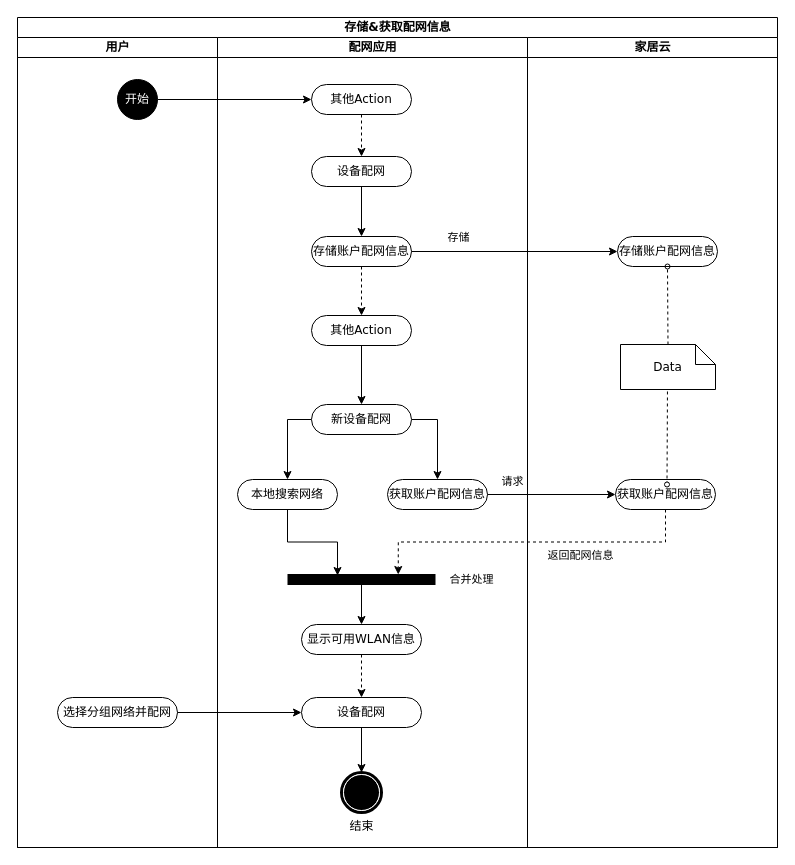
Earlier version of the draw.io diagram draw/智能家居配网场景设备发现与标签展示.drawio (befairyliu/draw.io). Source tidied: cells renumbered, new cells numbered last; positions are measured from the earlier drawing's top-left corner, leaving out a move shared by most shapes. Both pictures are drawn from the tidied source at 100%, with x=0, y=0 at pixel (17, 17).
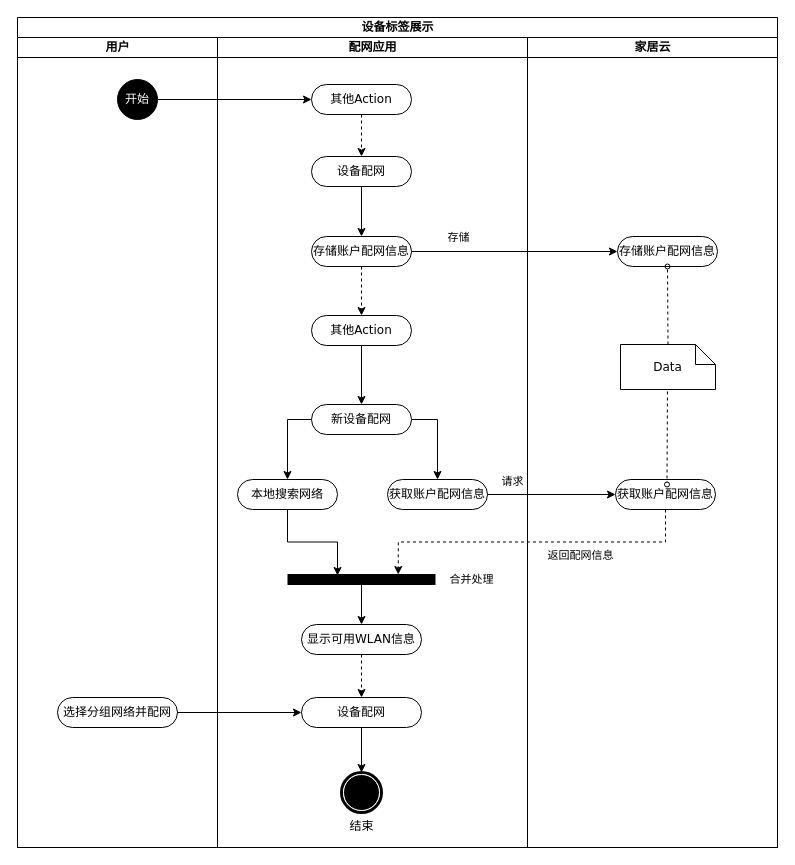
After the change.

Commit message (it also covers changes not shown here):
Update 智能家居配网场景设备发现与标签展示.drawio

Change to the diagram source:
```diff
@@
-    <mxCell id="2" value="存储&amp;amp;获取配网信息" style="swimlane;html=1;startSize=20;rounded=0;shadow=0;comic=0;labelBackgroundColor=none;strokeWidth=1;fontFamily=Verdana;fontSize=12;align=center;" parent="1" vertex="1">
+    <mxCell id="2" value="设备标签展示" style="swimlane;html=1;startSize=20;rounded=0;shadow=0;comic=0;labelBackgroundColor=none;strokeWidth=1;fontFamily=Verdana;fontSize=12;align=center;" parent="1" vertex="1">
       <mxGeometry width="760" height="830" as="geometry" />
     </mxCell>
```
